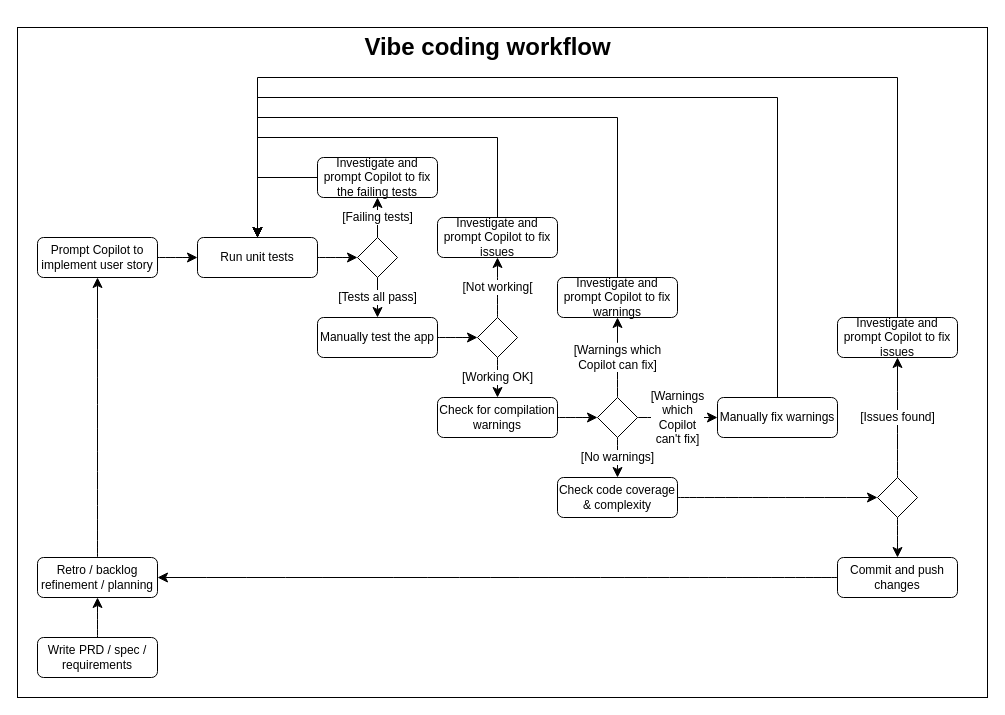
The draw.io diagram EulersIdentity/requirements/VibeCodingWorkflow.drawio in sbridewell/EulersIdentity, before the edit. Source tidied: cells renumbered, new cells numbered last; positions are measured from the earlier drawing's top-left corner, leaving out a move shared by most shapes. Both pictures are drawn from the tidied source at 100%, with x=0, y=0 at pixel (17, 27).
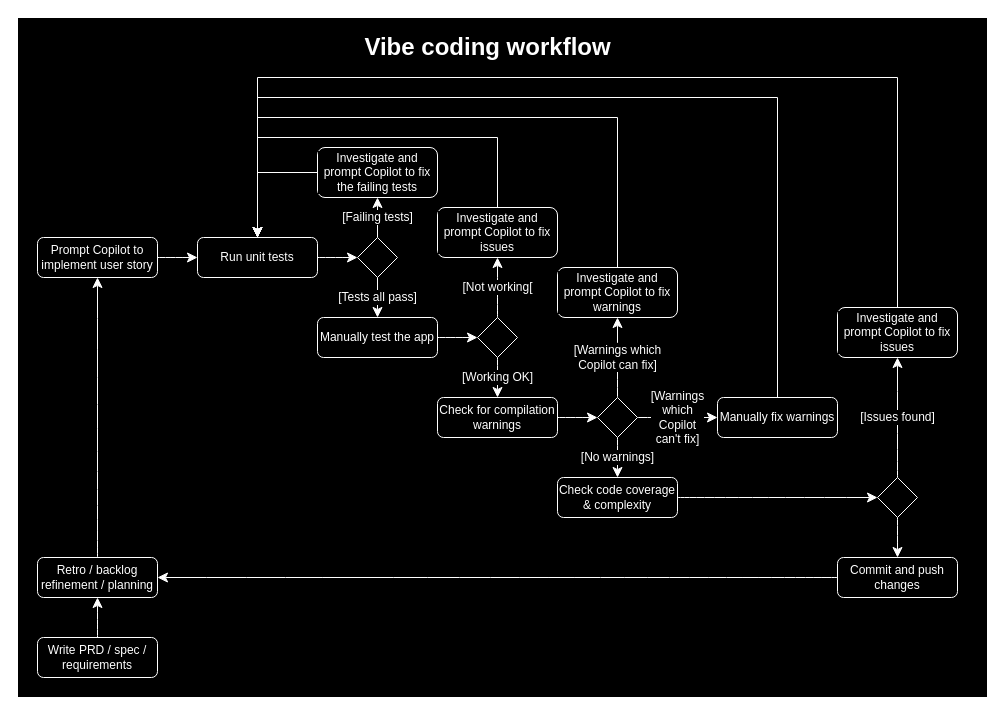
Above is the later version.

Diff of the diagram source:
```diff
@@
-<mxGraphModel background="#ffffff">
+<mxGraphModel>
@@
-    <mxCell id="2" style="rounded=0;whiteSpace=wrap;html=1;" parent="1" vertex="1">
-      <mxGeometry width="970" height="670" as="geometry" />
+    <mxCell id="2" style="rounded=0;whiteSpace=wrap;html=1;fillColor=#000000;strokeColor=#FFFFFF;" parent="1" vertex="1">
+      <mxGeometry y="-10" width="970" height="680" as="geometry" />
     </mxCell>
-    <mxCell id="3" style="edgeStyle=none;curved=1;rounded=0;jettySize=auto;html=1;fontSize=12;startSize=8;endSize=8;" parent="1" edge="1" source="4" target="6">
+    <mxCell id="3" style="edgeStyle=none;curved=1;rounded=0;jettySize=auto;html=1;fontSize=12;startSize=8;endSize=8;strokeColor=#FFFFFF;" parent="1" edge="1" source="4" target="6">
       <mxGeometry relative="1" as="geometry" />
     </mxCell>
-    <mxCell id="4" value="Retro / backlog refinement / planning" style="rounded=1;whiteSpace=wrap;html=1;" parent="1" vertex="1">
+    <mxCell id="4" value="Retro / backlog refinement / planning" style="rounded=1;whiteSpace=wrap;html=1;strokeColor=#FFFFFF;fontColor=#FFFFFF;labelBackgroundColor=#000000;fillColor=#000000;" parent="1" vertex="1">
       <mxGeometry x="20" y="530" width="120" height="40" as="geometry" />
     </mxCell>
-    <mxCell id="5" style="edgeStyle=none;curved=1;rounded=0;jettySize=auto;html=1;fontSize=12;startSize=8;endSize=8;" parent="1" edge="1" source="6" target="8">
+    <mxCell id="5" style="edgeStyle=none;curved=1;rounded=0;jettySize=auto;html=1;fontSize=12;startSize=8;endSize=8;strokeColor=#FFFFFF;" parent="1" edge="1" source="6" target="8">
       <mxGeometry relative="1" as="geometry" />
     </mxCell>
-    <mxCell id="6" value="Prompt Copilot to implement user story" style="rounded=1;whiteSpace=wrap;html=1;" parent="1" vertex="1">
+    <mxCell id="6" value="Prompt Copilot to implement user story" style="rounded=1;whiteSpace=wrap;html=1;strokeColor=#FFFFFF;fontColor=#FFFFFF;labelBackgroundColor=#000000;fillColor=#000000;" parent="1" vertex="1">
       <mxGeometry x="20" y="210" width="120" height="40" as="geometry" />
     </mxCell>
-    <mxCell id="7" style="edgeStyle=none;curved=1;rounded=0;jettySize=auto;html=1;fontSize=12;startSize=8;endSize=8;" parent="1" edge="1" source="8" target="11">
+    <mxCell id="7" style="edgeStyle=none;curved=1;rounded=0;jettySize=auto;html=1;fontSize=12;startSize=8;endSize=8;strokeColor=#FFFFFF;" parent="1" edge="1" source="8" target="11">
       <mxGeometry relative="1" as="geometry" />
     </mxCell>
-    <mxCell id="8" value="Run unit tests" style="rounded=1;whiteSpace=wrap;html=1;" parent="1" vertex="1">
+    <mxCell id="8" value="Run unit tests" style="rounded=1;whiteSpace=wrap;html=1;strokeColor=#FFFFFF;fontColor=#FFFFFF;labelBackgroundColor=#000000;fillColor=#000000;" parent="1" vertex="1">
       <mxGeometry x="180" y="210" width="120" height="40" as="geometry" />
     </mxCell>
-    <mxCell id="9" value="[Failing tests]" style="edgeStyle=orthogonalEdgeStyle;rounded=0;jettySize=auto;html=1;fontSize=12;startSize=8;endSize=8;entryX=0.5;entryY=1;entryDx=0;entryDy=0;exitX=0.5;exitY=0;exitDx=0;exitDy=0;" parent="1" edge="1" source="11" target="13">
+    <mxCell id="9" value="[Failing tests]" style="edgeStyle=orthogonalEdgeStyle;rounded=0;jettySize=auto;html=1;fontSize=12;startSize=8;endSize=8;entryX=0.5;entryY=1;entryDx=0;entryDy=0;exitX=0.5;exitY=0;exitDx=0;exitDy=0;strokeColor=#FFFFFF;fontColor=#FFFFFF;labelBackgroundColor=#000000;" parent="1" edge="1" source="11" target="13">
       <mxGeometry relative="1" as="geometry" />
     </mxCell>
-    <mxCell id="10" value="[Tests all pass]" style="edgeStyle=orthogonalEdgeStyle;rounded=0;jettySize=auto;html=1;fontSize=12;startSize=8;endSize=8;exitX=0.5;exitY=1;exitDx=0;exitDy=0;entryX=0.5;entryY=0;entryDx=0;entryDy=0;" parent="1" edge="1" source="11" target="15">
+    <mxCell id="10" value="[Tests all pass]" style="edgeStyle=orthogonalEdgeStyle;rounded=0;jettySize=auto;html=1;fontSize=12;startSize=8;endSize=8;exitX=0.5;exitY=1;exitDx=0;exitDy=0;entryX=0.5;entryY=0;entryDx=0;entryDy=0;strokeColor=#FFFFFF;fontColor=#FFFFFF;labelBackgroundColor=#000000;" parent="1" edge="1" source="11" target="15">
       <mxGeometry relative="1" as="geometry" />
     </mxCell>
-    <mxCell id="11" style="rhombus;whiteSpace=wrap;html=1;" parent="1" vertex="1">
+    <mxCell id="11" style="rhombus;whiteSpace=wrap;html=1;strokeColor=#FFFFFF;fontColor=#FFFFFF;labelBackgroundColor=#000000;fillColor=#000000;" parent="1" vertex="1">
       <mxGeometry x="340" y="210" width="40" height="40" as="geometry" />
     </mxCell>
-    <mxCell id="12" style="edgeStyle=orthogonalEdgeStyle;rounded=0;jettySize=auto;html=1;fontSize=12;startSize=8;endSize=8;entryX=0.5;entryY=0;entryDx=0;entryDy=0;exitX=0;exitY=0.5;exitDx=0;exitDy=0;" parent="1" edge="1" source="13" target="8">
+    <mxCell id="12" style="edgeStyle=orthogonalEdgeStyle;rounded=0;jettySize=auto;html=1;fontSize=12;startSize=8;endSize=8;entryX=0.5;entryY=0;entryDx=0;entryDy=0;exitX=0;exitY=0.5;exitDx=0;exitDy=0;strokeColor=#FFFFFF;" parent="1" edge="1" source="13" target="8">
       <mxGeometry relative="1" as="geometry" />
     </mxCell>
-    <mxCell id="13" value="Investigate and prompt Copilot to fix the failing tests" style="rounded=1;whiteSpace=wrap;html=1;" parent="1" vertex="1">
-      <mxGeometry x="300" y="130" width="120" height="40" as="geometry" />
+    <mxCell id="13" value="Investigate and prompt Copilot to fix the failing tests" style="rounded=1;whiteSpace=wrap;html=1;strokeColor=#FFFFFF;fontColor=#FFFFFF;labelBackgroundColor=#000000;fillColor=#000000;" parent="1" vertex="1">
+      <mxGeometry x="300" y="120" width="120" height="50" as="geometry" />
     </mxCell>
-    <mxCell id="14" style="edgeStyle=none;curved=1;rounded=0;jettySize=auto;html=1;entryX=0;entryY=0.5;entryDx=0;entryDy=0;fontSize=12;startSize=8;endSize=8;exitX=1;exitY=0.5;exitDx=0;exitDy=0;" parent="1" edge="1" source="15" target="18">
+    <mxCell id="14" style="edgeStyle=none;curved=1;rounded=0;jettySize=auto;html=1;entryX=0;entryY=0.5;entryDx=0;entryDy=0;fontSize=12;startSize=8;endSize=8;exitX=1;exitY=0.5;exitDx=0;exitDy=0;strokeColor=#FFFFFF;" parent="1" edge="1" source="15" target="18">
       <mxGeometry relative="1" as="geometry" />
     </mxCell>
-    <mxCell id="15" value="Manually test the app" style="rounded=1;whiteSpace=wrap;html=1;" parent="1" vertex="1">
+    <mxCell id="15" value="Manually test the app" style="rounded=1;whiteSpace=wrap;html=1;strokeColor=#FFFFFF;fontColor=#FFFFFF;labelBackgroundColor=#000000;fillColor=#000000;" parent="1" vertex="1">
       <mxGeometry x="300" y="290" width="120" height="40" as="geometry" />
     </mxCell>
-    <mxCell id="16" value="[Not working[" style="edgeStyle=none;curved=1;rounded=0;jettySize=auto;html=1;entryX=0.5;entryY=1;entryDx=0;entryDy=0;fontSize=12;startSize=8;endSize=8;" parent="1" edge="1" source="18" target="20">
+    <mxCell id="16" value="[Not working[" style="edgeStyle=none;curved=1;rounded=0;jettySize=auto;html=1;entryX=0.5;entryY=1;entryDx=0;entryDy=0;fontSize=12;startSize=8;endSize=8;strokeColor=#FFFFFF;fontColor=#FFFFFF;labelBackgroundColor=#000000;" parent="1" edge="1" source="18" target="20">
       <mxGeometry relative="1" as="geometry" />
     </mxCell>
-    <mxCell id="17" value="[Working OK]" style="edgeStyle=none;curved=1;rounded=0;jettySize=auto;html=1;fontSize=12;startSize=8;endSize=8;" parent="1" edge="1" source="18" target="22">
+    <mxCell id="17" value="[Working OK]" style="edgeStyle=none;curved=1;rounded=0;jettySize=auto;html=1;fontSize=12;startSize=8;endSize=8;strokeColor=#FFFFFF;fontColor=#FFFFFF;labelBackgroundColor=#000000;" parent="1" edge="1" source="18" target="22">
       <mxGeometry relative="1" as="geometry" />
     </mxCell>
-    <mxCell id="18" style="rhombus;whiteSpace=wrap;html=1;" parent="1" vertex="1">
+    <mxCell id="18" style="rhombus;whiteSpace=wrap;html=1;strokeColor=#FFFFFF;fontColor=#FFFFFF;labelBackgroundColor=#000000;fillColor=#000000;" parent="1" vertex="1">
       <mxGeometry x="460" y="290" width="40" height="40" as="geometry" />
     </mxCell>
-    <mxCell id="19" style="edgeStyle=orthogonalEdgeStyle;rounded=0;jettySize=auto;html=1;entryX=0.5;entryY=0;entryDx=0;entryDy=0;fontSize=12;startSize=8;endSize=8;exitX=0.5;exitY=0;exitDx=0;exitDy=0;" parent="1" edge="1" source="20" target="8">
+    <mxCell id="19" style="edgeStyle=orthogonalEdgeStyle;rounded=0;jettySize=auto;html=1;entryX=0.5;entryY=0;entryDx=0;entryDy=0;fontSize=12;startSize=8;endSize=8;exitX=0.5;exitY=0;exitDx=0;exitDy=0;strokeColor=#FFFFFF;" parent="1" edge="1" source="20" target="8">
       <mxGeometry relative="1" as="geometry">
         <Array as="points">
           <mxPoint x="480" y="110" />
           <mxPoint x="240" y="110" />
         </Array>
       </mxGeometry>
     </mxCell>
-    <mxCell id="20" value="Investigate and prompt Copilot to fix issues" style="rounded=1;whiteSpace=wrap;html=1;" parent="1" vertex="1">
-      <mxGeometry x="420" y="190" width="120" height="40" as="geometry" />
+    <mxCell id="20" value="Investigate and prompt Copilot to fix issues" style="rounded=1;whiteSpace=wrap;html=1;strokeColor=#FFFFFF;fontColor=#FFFFFF;labelBackgroundColor=#000000;fillColor=#000000;" parent="1" vertex="1">
+      <mxGeometry x="420" y="180" width="120" height="50" as="geometry" />
     </mxCell>
-    <mxCell id="21" style="edgeStyle=none;curved=1;rounded=0;jettySize=auto;html=1;entryX=0;entryY=0.5;entryDx=0;entryDy=0;fontSize=12;startSize=8;endSize=8;" parent="1" edge="1" source="22" target="26">
+    <mxCell id="21" style="edgeStyle=none;curved=1;rounded=0;jettySize=auto;html=1;entryX=0;entryY=0.5;entryDx=0;entryDy=0;fontSize=12;startSize=8;endSize=8;strokeColor=#FFFFFF;" parent="1" edge="1" source="22" target="26">
       <mxGeometry relative="1" as="geometry" />
     </mxCell>
-    <mxCell id="22" value="Check for compilation warnings" style="rounded=1;whiteSpace=wrap;html=1;" parent="1" vertex="1">
+    <mxCell id="22" value="Check for compilation warnings" style="rounded=1;whiteSpace=wrap;html=1;strokeColor=#FFFFFF;fontColor=#FFFFFF;labelBackgroundColor=#000000;fillColor=#000000;" parent="1" vertex="1">
       <mxGeometry x="420" y="370" width="120" height="40" as="geometry" />
     </mxCell>
-    <mxCell id="23" value="[Warnings which&lt;div&gt;Copilot can fix]&lt;/div&gt;" style="edgeStyle=none;curved=1;rounded=0;jettySize=auto;html=1;fontSize=12;startSize=8;endSize=8;" parent="1" edge="1" source="26" target="27">
+    <mxCell id="23" value="&lt;font style=&quot;color: rgb(255, 255, 255);&quot;&gt;[Warnings which&lt;/font&gt;&lt;div&gt;&lt;font style=&quot;color: rgb(255, 255, 255);&quot;&gt;Copilot can fix]&lt;/font&gt;&lt;/div&gt;" style="edgeStyle=none;curved=1;rounded=0;jettySize=auto;html=1;fontSize=12;startSize=8;endSize=8;strokeColor=#FFFFFF;fontColor=#FFFFFF;labelBackgroundColor=#000000;" parent="1" edge="1" source="26" target="27">
       <mxGeometry relative="1" as="geometry" />
     </mxCell>
-    <mxCell id="24" value="[Warnings&lt;div&gt;which&lt;/div&gt;&lt;div&gt;Copilot&lt;/div&gt;&lt;div&gt;can't fix]&lt;/div&gt;" style="edgeStyle=none;curved=1;rounded=0;jettySize=auto;html=1;entryX=0;entryY=0.5;entryDx=0;entryDy=0;fontSize=12;startSize=8;endSize=8;" parent="1" edge="1" source="26" target="29">
+    <mxCell id="24" value="&lt;font style=&quot;color: rgb(255, 255, 255);&quot;&gt;[Warnings&lt;/font&gt;&lt;div&gt;&lt;font style=&quot;color: rgb(255, 255, 255);&quot;&gt;which&lt;/font&gt;&lt;/div&gt;&lt;div&gt;&lt;font style=&quot;color: rgb(255, 255, 255);&quot;&gt;Copilot&lt;/font&gt;&lt;/div&gt;&lt;div&gt;&lt;font style=&quot;color: rgb(255, 255, 255);&quot;&gt;can't fix]&lt;/font&gt;&lt;/div&gt;" style="edgeStyle=none;curved=1;rounded=0;jettySize=auto;html=1;entryX=0;entryY=0.5;entryDx=0;entryDy=0;fontSize=12;startSize=8;endSize=8;strokeColor=#FFFFFF;fontColor=#FFFFFF;labelBackgroundColor=#000000;" parent="1" edge="1" source="26" target="29">
       <mxGeometry relative="1" as="geometry" />
     </mxCell>
-    <mxCell id="25" value="[No warnings]" style="edgeStyle=none;curved=1;rounded=0;jettySize=auto;html=1;entryX=0.5;entryY=0;entryDx=0;entryDy=0;fontSize=12;startSize=8;endSize=8;" parent="1" edge="1" source="26" target="32">
+    <mxCell id="25" value="[No warnings]" style="edgeStyle=none;curved=1;rounded=0;jettySize=auto;html=1;entryX=0.5;entryY=0;entryDx=0;entryDy=0;fontSize=12;startSize=8;endSize=8;strokeColor=#FFFFFF;fontColor=#FFFFFF;labelBackgroundColor=#000000;" parent="1" edge="1" source="26" target="32">
       <mxGeometry relative="1" as="geometry" />
     </mxCell>
-    <mxCell id="26" style="rhombus;whiteSpace=wrap;html=1;" parent="1" vertex="1">
+    <mxCell id="26" style="rhombus;whiteSpace=wrap;html=1;strokeColor=#FFFFFF;fontColor=#FFFFFF;labelBackgroundColor=#000000;fillColor=#000000;" parent="1" vertex="1">
       <mxGeometry x="580" y="370" width="40" height="40" as="geometry" />
     </mxCell>
-    <mxCell id="27" value="Investigate and prompt Copilot to fix warnings" style="rounded=1;whiteSpace=wrap;html=1;" parent="1" vertex="1">
-      <mxGeometry x="540" y="250" width="120" height="40" as="geometry" />
+    <mxCell id="27" value="Investigate and prompt Copilot to fix warnings" style="rounded=1;whiteSpace=wrap;html=1;strokeColor=#FFFFFF;fontColor=#FFFFFF;labelBackgroundColor=#000000;fillColor=#000000;" parent="1" vertex="1">
+      <mxGeometry x="540" y="240" width="120" height="50" as="geometry" />
     </mxCell>
-    <mxCell id="28" style="edgeStyle=orthogonalEdgeStyle;rounded=0;jettySize=auto;html=1;entryX=0.5;entryY=0;entryDx=0;entryDy=0;fontSize=12;startSize=8;endSize=8;exitX=0.5;exitY=0;exitDx=0;exitDy=0;" parent="1" edge="1" source="27" target="8">
+    <mxCell id="28" style="edgeStyle=orthogonalEdgeStyle;rounded=0;jettySize=auto;html=1;entryX=0.5;entryY=0;entryDx=0;entryDy=0;fontSize=12;startSize=8;endSize=8;exitX=0.5;exitY=0;exitDx=0;exitDy=0;strokeColor=#FFFFFF;" parent="1" edge="1" source="27" target="8">
       <mxGeometry relative="1" as="geometry">
         <Array as="points">
           <mxPoint x="600" y="90" />
           <mxPoint x="240" y="90" />
         </Array>
       </mxGeometry>
     </mxCell>
-    <mxCell id="29" value="Manually fix warnings" style="rounded=1;whiteSpace=wrap;html=1;" parent="1" vertex="1">
+    <mxCell id="29" value="Manually fix warnings" style="rounded=1;whiteSpace=wrap;html=1;strokeColor=#FFFFFF;fontColor=#FFFFFF;labelBackgroundColor=#000000;fillColor=#000000;" parent="1" vertex="1">
       <mxGeometry x="700" y="370" width="120" height="40" as="geometry" />
     </mxCell>
-    <mxCell id="30" style="edgeStyle=orthogonalEdgeStyle;rounded=0;jettySize=auto;html=1;entryX=0.5;entryY=0;entryDx=0;entryDy=0;fontSize=12;startSize=8;endSize=8;exitX=0.5;exitY=0;exitDx=0;exitDy=0;" parent="1" edge="1" source="29" target="8">
+    <mxCell id="30" style="edgeStyle=orthogonalEdgeStyle;rounded=0;jettySize=auto;html=1;entryX=0.5;entryY=0;entryDx=0;entryDy=0;fontSize=12;startSize=8;endSize=8;exitX=0.5;exitY=0;exitDx=0;exitDy=0;strokeColor=#FFFFFF;" parent="1" edge="1" source="29" target="8">
       <mxGeometry relative="1" as="geometry">
         <Array as="points">
           <mxPoint x="760" y="70" />
           <mxPoint x="240" y="70" />
         </Array>
       </mxGeometry>
     </mxCell>
-    <mxCell id="31" style="edgeStyle=none;curved=1;rounded=0;jettySize=auto;html=1;entryX=0;entryY=0.5;entryDx=0;entryDy=0;fontSize=12;startSize=8;endSize=8;" parent="1" edge="1" source="32" target="35">
+    <mxCell id="31" style="edgeStyle=none;curved=1;rounded=0;jettySize=auto;html=1;entryX=0;entryY=0.5;entryDx=0;entryDy=0;fontSize=12;startSize=8;endSize=8;strokeColor=#FFFFFF;" parent="1" edge="1" source="32" target="35">
       <mxGeometry relative="1" as="geometry" />
     </mxCell>
-    <mxCell id="32" value="Check code coverage &amp;amp; complexity" style="rounded=1;whiteSpace=wrap;html=1;" parent="1" vertex="1">
+    <mxCell id="32" value="Check code coverage &amp;amp; complexity" style="rounded=1;whiteSpace=wrap;html=1;strokeColor=#FFFFFF;fontColor=#FFFFFF;labelBackgroundColor=#000000;fillColor=#000000;" parent="1" vertex="1">
       <mxGeometry x="540" y="450" width="120" height="40" as="geometry" />
     </mxCell>
-    <mxCell id="33" value="[Issues found]" style="edgeStyle=none;curved=1;rounded=0;jettySize=auto;html=1;entryX=0.5;entryY=1;entryDx=0;entryDy=0;fontSize=12;startSize=8;endSize=8;" parent="1" edge="1" source="35" target="37">
+    <mxCell id="33" value="[Issues found]" style="edgeStyle=none;curved=1;rounded=0;jettySize=auto;html=1;entryX=0.5;entryY=1;entryDx=0;entryDy=0;fontSize=12;startSize=8;endSize=8;strokeColor=#FFFFFF;fontColor=#FFFFFF;labelBackgroundColor=#000000;" parent="1" edge="1" source="35" target="37">
       <mxGeometry relative="1" as="geometry" />
     </mxCell>
-    <mxCell id="34" style="edgeStyle=none;curved=1;rounded=0;jettySize=auto;html=1;entryX=0.5;entryY=0;entryDx=0;entryDy=0;fontSize=12;startSize=8;endSize=8;" parent="1" edge="1" source="35" target="39">
+    <mxCell id="34" style="edgeStyle=none;curved=1;rounded=0;jettySize=auto;html=1;entryX=0.5;entryY=0;entryDx=0;entryDy=0;fontSize=12;startSize=8;endSize=8;strokeColor=#FFFFFF;" parent="1" edge="1" source="35" target="39">
       <mxGeometry relative="1" as="geometry" />
     </mxCell>
-    <mxCell id="35" style="rhombus;whiteSpace=wrap;html=1;" parent="1" vertex="1">
+    <mxCell id="35" style="rhombus;whiteSpace=wrap;html=1;strokeColor=#FFFFFF;fontColor=#FFFFFF;labelBackgroundColor=#000000;fillColor=#000000;" parent="1" vertex="1">
       <mxGeometry x="860" y="450" width="40" height="40" as="geometry" />
     </mxCell>
-    <mxCell id="36" style="edgeStyle=orthogonalEdgeStyle;rounded=0;jettySize=auto;html=1;entryX=0.5;entryY=0;entryDx=0;entryDy=0;fontSize=12;startSize=8;endSize=8;exitX=0.5;exitY=0;exitDx=0;exitDy=0;" parent="1" edge="1" source="37" target="8">
+    <mxCell id="36" style="edgeStyle=orthogonalEdgeStyle;rounded=0;jettySize=auto;html=1;entryX=0.5;entryY=0;entryDx=0;entryDy=0;fontSize=12;startSize=8;endSize=8;exitX=0.5;exitY=0;exitDx=0;exitDy=0;strokeColor=#FFFFFF;" parent="1" edge="1" source="37" target="8">
       <mxGeometry relative="1" as="geometry">
         <Array as="points">
           <mxPoint x="880" y="50" />
           <mxPoint x="240" y="50" />
         </Array>
       </mxGeometry>
     </mxCell>
-    <mxCell id="37" value="Investigate and prompt Copilot to fix issues" style="rounded=1;whiteSpace=wrap;html=1;" parent="1" vertex="1">
-      <mxGeometry x="820" y="290" width="120" height="40" as="geometry" />
+    <mxCell id="37" value="Investigate and prompt Copilot to fix issues" style="rounded=1;whiteSpace=wrap;html=1;strokeColor=#FFFFFF;fontColor=#FFFFFF;labelBackgroundColor=#000000;fillColor=#000000;" parent="1" vertex="1">
+      <mxGeometry x="820" y="280" width="120" height="50" as="geometry" />
     </mxCell>
-    <mxCell id="38" style="edgeStyle=none;curved=1;rounded=0;jettySize=auto;html=1;entryX=1;entryY=0.5;entryDx=0;entryDy=0;fontSize=12;startSize=8;endSize=8;" parent="1" edge="1" source="39" target="4">
+    <mxCell id="38" style="edgeStyle=none;curved=1;rounded=0;jettySize=auto;html=1;entryX=1;entryY=0.5;entryDx=0;entryDy=0;fontSize=12;startSize=8;endSize=8;strokeColor=#FFFFFF;" parent="1" edge="1" source="39" target="4">
       <mxGeometry relative="1" as="geometry" />
     </mxCell>
-    <mxCell id="39" value="Commit and push changes" style="rounded=1;whiteSpace=wrap;html=1;" parent="1" vertex="1">
+    <mxCell id="39" value="Commit and push changes" style="rounded=1;whiteSpace=wrap;html=1;strokeColor=#FFFFFF;fontColor=#FFFFFF;labelBackgroundColor=#000000;fillColor=#000000;" parent="1" vertex="1">
       <mxGeometry x="820" y="530" width="120" height="40" as="geometry" />
     </mxCell>
-    <mxCell id="40" style="edgeStyle=none;curved=1;rounded=0;jettySize=auto;html=1;fontSize=12;startSize=8;endSize=8;" parent="1" edge="1" source="41">
+    <mxCell id="40" style="edgeStyle=none;curved=1;rounded=0;jettySize=auto;html=1;fontSize=12;startSize=8;endSize=8;strokeColor=#FFFFFF;" parent="1" edge="1" source="41">
       <mxGeometry relative="1" as="geometry">
         <mxPoint x="80" y="570" as="targetPoint" />
       </mxGeometry>
     </mxCell>
-    <mxCell id="41" value="Write PRD / spec / requirements" style="rounded=1;whiteSpace=wrap;html=1;" parent="1" vertex="1">
+    <mxCell id="41" value="Write PRD / spec / requirements" style="rounded=1;whiteSpace=wrap;html=1;strokeColor=#FFFFFF;fontColor=#FFFFFF;labelBackgroundColor=#000000;fillColor=#000000;" parent="1" vertex="1">
       <mxGeometry x="20" y="610" width="120" height="40" as="geometry" />
     </mxCell>
-    <mxCell id="42" value="Vibe coding workflow" style="text;strokeColor=none;fillColor=none;html=1;fontSize=24;fontStyle=1;verticalAlign=middle;align=center;" parent="1" vertex="1">
+    <mxCell id="42" value="Vibe coding workflow" style="text;strokeColor=#000000;fillColor=none;html=1;fontSize=24;fontStyle=1;verticalAlign=middle;align=center;fontColor=#FFFFFF;" parent="1" vertex="1">
       <mxGeometry x="330" width="280" height="40" as="geometry" />
     </mxCell>
```
